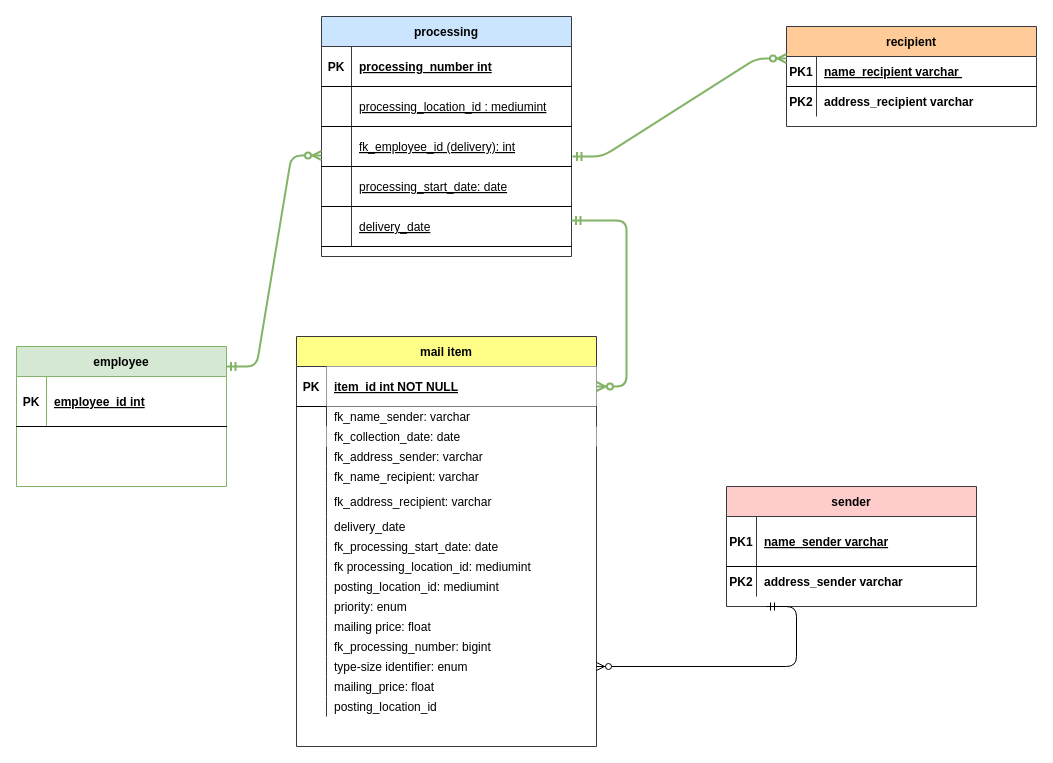
The draw.io diagram database_development_CR09/UML_ClassDiagram_CR09.drawio in Carina20/CFLMS-Carina-CodeReview-09, before the edit. Source tidied: cells renumbered, new cells numbered last; positions are measured from the earlier drawing's top-left corner, leaving out a move shared by most shapes. Both pictures are drawn from the tidied source at 100%, with x=0, y=0 at pixel (16, 16).
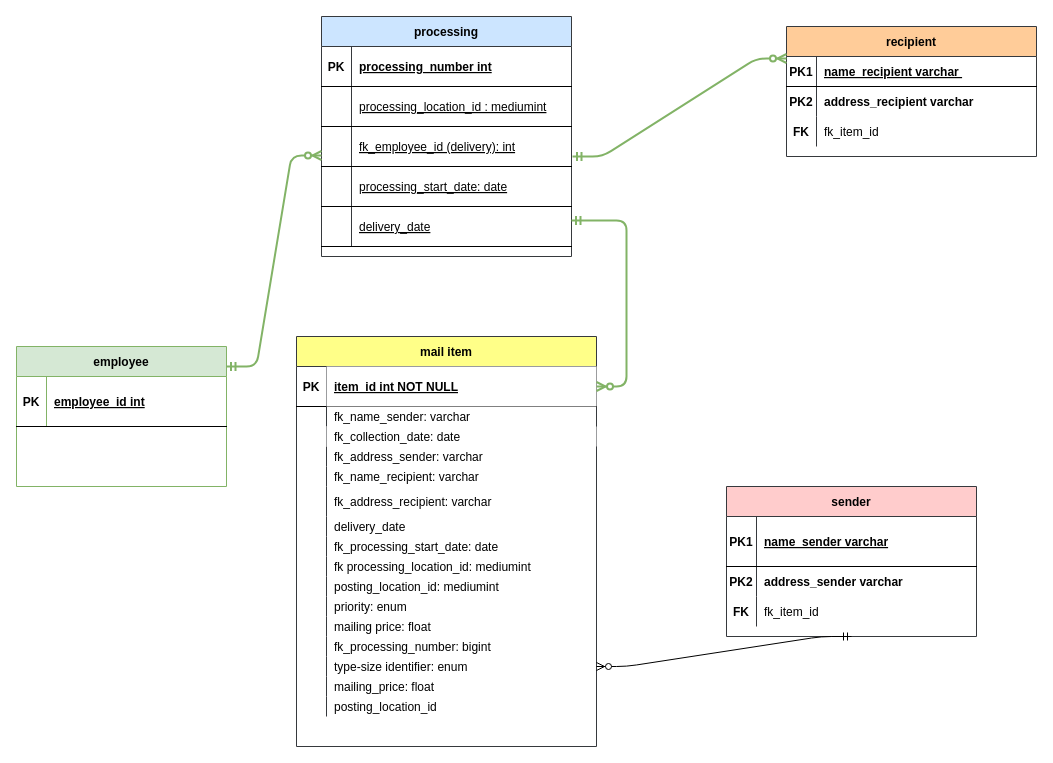
The same diagram, later.

The change refers to these unchanged cells:
```xml
<mxCell id="76" style="shape=partialRectangle;fillColor=none;points=[[0,0.5],[1,0.5]];portConstraint=eastwest;top=0;left=0;right=0;bottom=0;" parent="36" vertex="1">
  <mxGeometry y="320" width="300" height="20" as="geometry" />
</mxCell>
```

Diff of the diagram source:
```diff
@@
     <mxCell id="2" value="recipient" style="shape=table;startSize=30;childLayout=tableLayout;rowLines=0;fontStyle=1;align=center;fillColor=#ffcc99;strokeColor=#36393d;" parent="1" vertex="1">
-      <mxGeometry x="770" y="10" width="250" height="100" as="geometry" />
+      <mxGeometry x="770" y="10" width="250" height="130" as="geometry" />
     </mxCell>
@@
+    <mxCell id="89" style="shape=partialRectangle;fillColor=none;top=0;left=0;right=0;bottom=0;" parent="2" vertex="1">
+      <mxGeometry y="90" width="250" height="30" as="geometry" />
+    </mxCell>
+    <mxCell id="90" value="FK" style="shape=partialRectangle;overflow=hidden;fillColor=none;top=0;left=0;bottom=0;right=0;fontStyle=1;" parent="89" vertex="1">
+      <mxGeometry width="30" height="30" as="geometry" />
+    </mxCell>
+    <mxCell id="91" value="fk_item_id" style="shape=partialRectangle;overflow=hidden;fillColor=none;top=0;left=0;bottom=0;right=0;align=left;spacingLeft=6;fontStyle=0;" parent="89" vertex="1">
+      <mxGeometry x="30" width="220" height="30" as="geometry" />
+    </mxCell>
@@
     <mxCell id="25" value="sender" style="shape=table;startSize=30;childLayout=tableLayout;rowLines=0;fontStyle=1;align=center;flipH=1;fillColor=#ffcccc;strokeColor=#36393d;" parent="1" vertex="1">
-      <mxGeometry x="710" y="470" width="250" height="120" as="geometry" />
+      <mxGeometry x="710" y="470" width="250" height="150" as="geometry" />
     </mxCell>
@@
+    <mxCell id="92" style="shape=partialRectangle;fillColor=none;top=0;left=0;right=0;bottom=0;fontStyle=0;" parent="25" vertex="1">
+      <mxGeometry y="110" width="250" height="30" as="geometry" />
+    </mxCell>
+    <mxCell id="93" value="FK" style="shape=partialRectangle;overflow=hidden;fillColor=none;top=0;left=0;bottom=0;right=0;fontStyle=1;" parent="92" vertex="1">
+      <mxGeometry width="30" height="30" as="geometry" />
+    </mxCell>
+    <mxCell id="94" value="fk_item_id" style="shape=partialRectangle;overflow=hidden;fillColor=none;top=0;left=0;bottom=0;right=0;align=left;spacingLeft=6;fontStyle=0;" parent="92" vertex="1">
+      <mxGeometry x="30" width="220" height="30" as="geometry" />
+    </mxCell>
@@
-    <mxCell id="87" style="edgeStyle=entityRelationEdgeStyle;fontSize=12;html=1;endArrow=ERzeroToMany;startArrow=ERmandOne;" parent="1" edge="1" target="76">
-      <mxGeometry relative="1" as="geometry">
-        <mxPoint x="750" y="590" as="sourcePoint" />
-      </mxGeometry>
+    <mxCell id="87" style="edgeStyle=entityRelationEdgeStyle;fontSize=12;html=1;endArrow=ERzeroToMany;startArrow=ERmandOne;exitX=0.5;exitY=1;exitDx=0;exitDy=0;" parent="1" edge="1" source="25" target="76">
+      <mxGeometry relative="1" as="geometry" />
     </mxCell>
```
